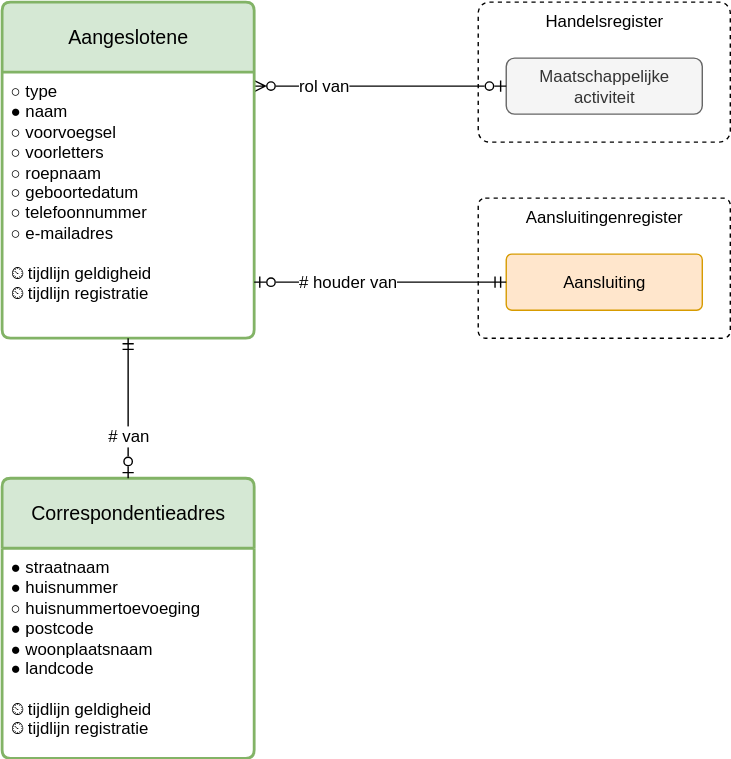
Earlier version of the draw.io export modellen/registers/aangeslotenenregister/1.0.0/model.drawio.svg (sefanja/nbnl-conceptuele-informatiemodellen). Source tidied: cells renumbered, new cells last; positions are measured from the earlier drawing's top-left corner, leaving out a move shared by most shapes.
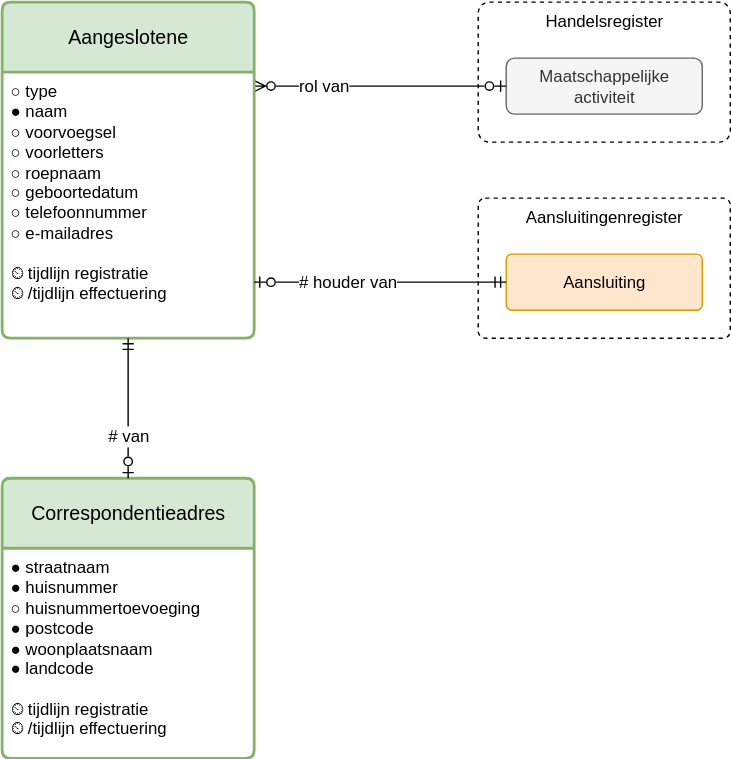
The same file after the commit.

Change to the diagram source:
```diff
@@ -17,13 +17,13 @@
     <mxCell id="6" value="&lt;div&gt;&lt;span style=&quot;background-color: transparent; color: light-dark(rgb(0, 0, 0), rgb(255, 255, 255));&quot;&gt;Aangeslotene&lt;/span&gt;&lt;/div&gt;" style="swimlane;horizontal=1;startSize=50;rounded=1;fontSize=14;fontStyle=0;strokeWidth=2;shadow=0;dashed=0;align=center;arcSize=4;whiteSpace=wrap;html=1;fillColor=#d5e8d4;strokeColor=#82b366;spacing=4;" parent="1" vertex="1">
       <mxGeometry width="180" height="240" as="geometry" />
     </mxCell>
-    <mxCell id="7" value="&lt;div&gt;&lt;span style=&quot;background-color: transparent; color: light-dark(rgb(0, 0, 0), rgb(255, 255, 255));&quot;&gt;○ type&lt;/span&gt;&lt;/div&gt;&lt;div&gt;● naam&lt;/div&gt;&lt;div&gt;&lt;div&gt;&lt;span style=&quot;background-color: transparent; color: light-dark(rgb(0, 0, 0), rgb(255, 255, 255));&quot;&gt;○ voorvoegsel&lt;/span&gt;&lt;/div&gt;&lt;/div&gt;&lt;div&gt;○ voorletters&lt;/div&gt;&lt;div&gt;○ roepnaam&lt;/div&gt;&lt;div&gt;○ geboortedatum&lt;/div&gt;&lt;div&gt;&lt;span style=&quot;background-color: transparent; color: light-dark(rgb(0, 0, 0), rgb(255, 255, 255));&quot;&gt;○ telefoonnummer&lt;/span&gt;&lt;/div&gt;&lt;div&gt;&lt;div&gt;○ e-mailadres&lt;/div&gt;&lt;/div&gt;&lt;div&gt;&lt;br&gt;&lt;/div&gt;&lt;div&gt;⏲ tijdlijn geldigheid&lt;/div&gt;&lt;div&gt;&lt;span style=&quot;background-color: transparent; color: light-dark(rgb(0, 0, 0), rgb(255, 255, 255));&quot;&gt;⏲ tijdlijn registratie&lt;/span&gt;&lt;/div&gt;" style="align=left;strokeColor=none;fillColor=none;spacingLeft=4;spacingRight=4;fontSize=12;verticalAlign=top;html=1;whiteSpace=wrap;" parent="6" vertex="1">
+    <mxCell id="7" value="&lt;div&gt;&lt;span style=&quot;background-color: transparent; color: light-dark(rgb(0, 0, 0), rgb(255, 255, 255));&quot;&gt;○ type&lt;/span&gt;&lt;/div&gt;&lt;div&gt;● naam&lt;/div&gt;&lt;div&gt;&lt;div&gt;&lt;span style=&quot;background-color: transparent; color: light-dark(rgb(0, 0, 0), rgb(255, 255, 255));&quot;&gt;○ voorvoegsel&lt;/span&gt;&lt;/div&gt;&lt;/div&gt;&lt;div&gt;○ voorletters&lt;/div&gt;&lt;div&gt;○ roepnaam&lt;/div&gt;&lt;div&gt;○ geboortedatum&lt;/div&gt;&lt;div&gt;&lt;span style=&quot;background-color: transparent; color: light-dark(rgb(0, 0, 0), rgb(255, 255, 255));&quot;&gt;○ telefoonnummer&lt;/span&gt;&lt;/div&gt;&lt;div&gt;&lt;div&gt;○ e-mailadres&lt;/div&gt;&lt;/div&gt;&lt;div&gt;&lt;br&gt;&lt;/div&gt;&lt;div&gt;&lt;span style=&quot;background-color: transparent; color: light-dark(rgb(0, 0, 0), rgb(255, 255, 255));&quot;&gt;⏲ tijdlijn registratie&lt;/span&gt;&lt;/div&gt;&lt;div&gt;&lt;span style=&quot;background-color: transparent;&quot;&gt;⏲ /tijdlijn effectuering&lt;/span&gt;&lt;/div&gt;" style="align=left;strokeColor=none;fillColor=none;spacingLeft=4;spacingRight=4;fontSize=12;verticalAlign=top;html=1;whiteSpace=wrap;" parent="6" vertex="1">
       <mxGeometry y="50" width="180" height="190" as="geometry" />
     </mxCell>
     <mxCell id="8" value="&lt;div&gt;Correspondentieadres&lt;/div&gt;" style="swimlane;horizontal=1;startSize=50;rounded=1;fontSize=14;fontStyle=0;strokeWidth=2;shadow=0;dashed=0;align=center;arcSize=4;whiteSpace=wrap;html=1;fillColor=#d5e8d4;strokeColor=#82b366;" parent="1" vertex="1">
       <mxGeometry y="340" width="180" height="200" as="geometry" />
     </mxCell>
-    <mxCell id="9" value="&lt;div&gt;&lt;span style=&quot;background-color: transparent; color: light-dark(rgb(0, 0, 0), rgb(255, 255, 255));&quot;&gt;●&lt;/span&gt;&amp;nbsp;straatnaam&lt;/div&gt;&lt;div&gt;&lt;span style=&quot;background-color: transparent; color: light-dark(rgb(0, 0, 0), rgb(255, 255, 255));&quot;&gt;●&lt;/span&gt;&amp;nbsp;huisnummer&lt;/div&gt;&lt;div&gt;○ huisnummertoevoeging&lt;/div&gt;&lt;div&gt;&lt;span style=&quot;background-color: transparent; color: light-dark(rgb(0, 0, 0), rgb(255, 255, 255));&quot;&gt;●&lt;/span&gt;&amp;nbsp;postcode&lt;/div&gt;&lt;div&gt;&lt;span style=&quot;background-color: transparent; color: light-dark(rgb(0, 0, 0), rgb(255, 255, 255));&quot;&gt;●&lt;/span&gt;&amp;nbsp;woonplaatsnaam&lt;/div&gt;&lt;div&gt;&lt;span style=&quot;background-color: transparent; color: light-dark(rgb(0, 0, 0), rgb(255, 255, 255));&quot;&gt;●&lt;/span&gt;&amp;nbsp;landcode&lt;/div&gt;&lt;div&gt;&lt;br&gt;&lt;/div&gt;&lt;div&gt;⏲ tijdlijn geldigheid&lt;/div&gt;&lt;div&gt;&lt;span style=&quot;background-color: transparent; color: light-dark(rgb(0, 0, 0), rgb(255, 255, 255));&quot;&gt;⏲ tijdlijn registratie&lt;/span&gt;&lt;/div&gt;" style="align=left;strokeColor=none;fillColor=none;spacingLeft=4;spacingRight=4;fontSize=12;verticalAlign=top;html=1;whiteSpace=wrap;" parent="8" vertex="1">
+    <mxCell id="9" value="&lt;div&gt;&lt;span style=&quot;background-color: transparent; color: light-dark(rgb(0, 0, 0), rgb(255, 255, 255));&quot;&gt;●&lt;/span&gt;&amp;nbsp;straatnaam&lt;/div&gt;&lt;div&gt;&lt;span style=&quot;background-color: transparent; color: light-dark(rgb(0, 0, 0), rgb(255, 255, 255));&quot;&gt;●&lt;/span&gt;&amp;nbsp;huisnummer&lt;/div&gt;&lt;div&gt;○ huisnummertoevoeging&lt;/div&gt;&lt;div&gt;&lt;span style=&quot;background-color: transparent; color: light-dark(rgb(0, 0, 0), rgb(255, 255, 255));&quot;&gt;●&lt;/span&gt;&amp;nbsp;postcode&lt;/div&gt;&lt;div&gt;&lt;span style=&quot;background-color: transparent; color: light-dark(rgb(0, 0, 0), rgb(255, 255, 255));&quot;&gt;●&lt;/span&gt;&amp;nbsp;woonplaatsnaam&lt;/div&gt;&lt;div&gt;&lt;span style=&quot;background-color: transparent; color: light-dark(rgb(0, 0, 0), rgb(255, 255, 255));&quot;&gt;●&lt;/span&gt;&amp;nbsp;landcode&lt;/div&gt;&lt;div&gt;&lt;br&gt;&lt;/div&gt;&lt;div&gt;&lt;span style=&quot;background-color: transparent; color: light-dark(rgb(0, 0, 0), rgb(255, 255, 255));&quot;&gt;⏲ tijdlijn registratie&lt;/span&gt;&lt;/div&gt;&lt;div&gt;&lt;span style=&quot;background-color: transparent;&quot;&gt;⏲ /tijdlijn effectuering&lt;/span&gt;&lt;/div&gt;" style="align=left;strokeColor=none;fillColor=none;spacingLeft=4;spacingRight=4;fontSize=12;verticalAlign=top;html=1;whiteSpace=wrap;" parent="8" vertex="1">
       <mxGeometry y="50" width="180" height="150" as="geometry" />
     </mxCell>
     <mxCell id="10" value="# van" style="edgeStyle=elbowEdgeStyle;fontSize=12;html=1;endArrow=ERmandOne;startArrow=ERzeroToOne;rounded=0;endFill=0;startFill=0;align=center;" parent="1" edge="1" source="8" target="6">
```
